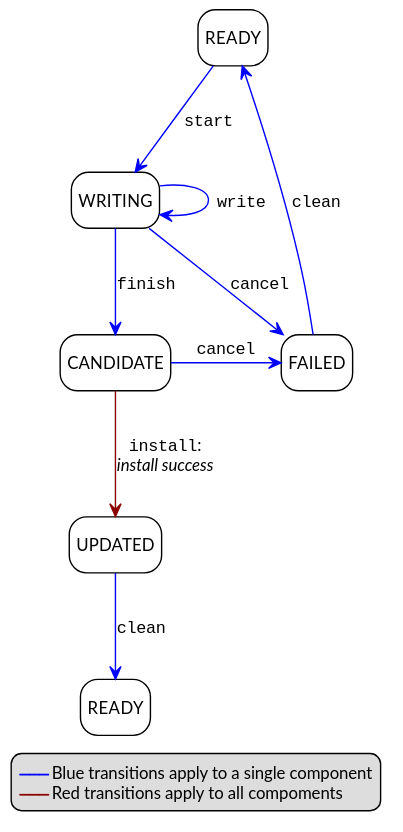
Earlier version of the PlantUML export doc/fwu/figure/fwu-states-no-reboot-no-trial.svg (ARM-software/psa-api). Its source is kept beside it as doc/fwu/figure/fwu-states-no-reboot-no-trial.puml. Its diagram source:
```plantuml
@startuml

!include atg-spec.pumh

skinparam LegendFontSize 12

legend bottom
  <color:blue>--""———""--</color> Blue transitions apply to a single component
  <color:darkred>--""———""--</color> Red transitions apply to all compoments
end legend

state Start as "READY"
state Staging as "WRITING"
state Candidate as "CANDIDATE"
state Failed as "FAILED"
state Updated as "UPDATED"
state End as "READY"

Start -[#blue]-> Staging : ""start""
Staging -[#blue]-> Staging : ""write""
Staging -[#blue]-> Candidate : ""finish""
Staging -d[#blue]-> Failed : ""cancel""
Candidate -[#darkred]-> Updated : ""install"":\n//install success//
Candidate -r[#blue]-> Failed : ""cancel""

Failed -u[#blue]-> Start: ""clean""

Updated -[#blue]-> End : ""clean""

@enduml
```
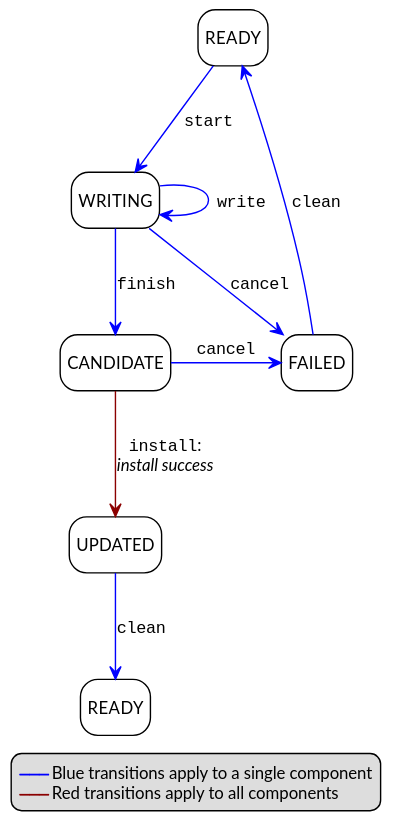
After the commit.

The edit, as a diff of the source:
```diff
@@ -6,20 +6,20 @@
 
 legend bottom
   <color:blue>--""———""--</color> Blue transitions apply to a single component
-  <color:darkred>--""———""--</color> Red transitions apply to all compoments
+  <color:darkred>--""———""--</color> Red transitions apply to all components
 end legend
 
 state Start as "READY"
-state Staging as "WRITING"
+state Writing as "WRITING"
 state Candidate as "CANDIDATE"
 state Failed as "FAILED"
 state Updated as "UPDATED"
 state End as "READY"
 
-Start -[#blue]-> Staging : ""start""
-Staging -[#blue]-> Staging : ""write""
-Staging -[#blue]-> Candidate : ""finish""
-Staging -d[#blue]-> Failed : ""cancel""
+Start -[#blue]-> Writing : ""start""
+Writing -[#blue]-> Writing : ""write""
+Writing -[#blue]-> Candidate : ""finish""
+Writing -d[#blue]-> Failed : ""cancel""
 Candidate -[#darkred]-> Updated : ""install"":\n//install success//
 Candidate -r[#blue]-> Failed : ""cancel""
 
```
